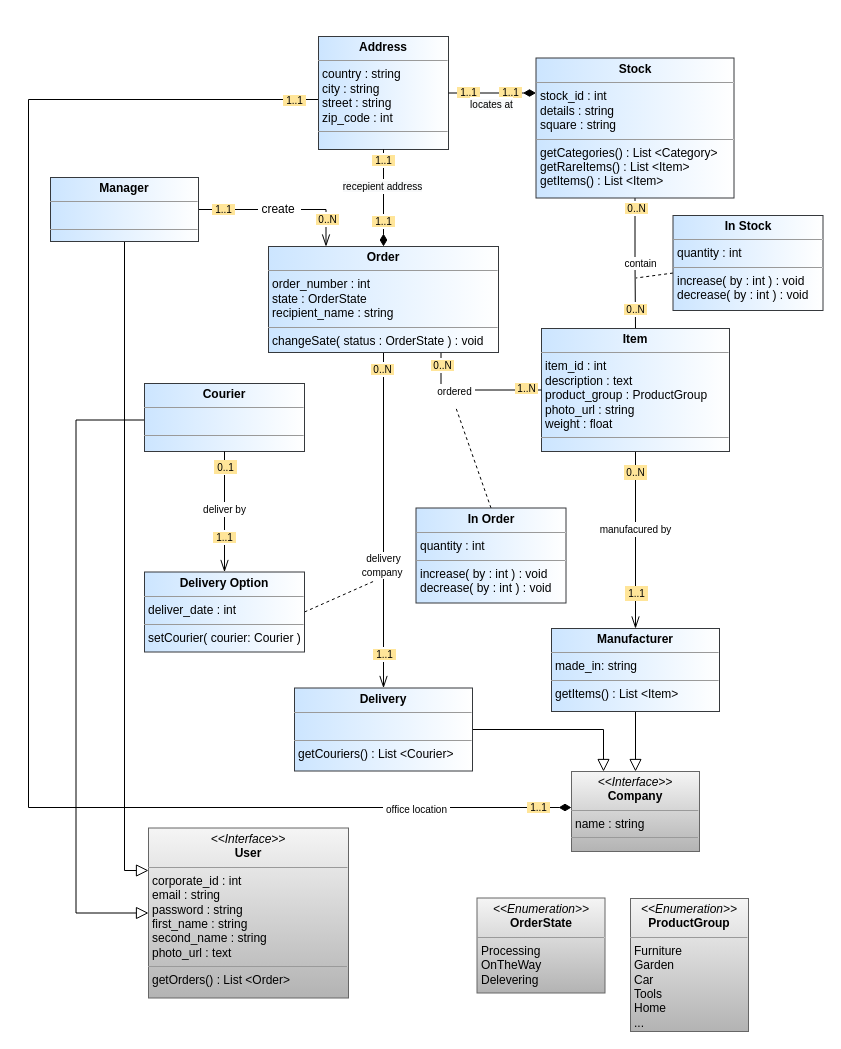
Earlier version of the draw.io diagram page "uml" (1 of 3) of docs/Inventory.drawio (doomkit/inventory). Source tidied: cells renumbered, new cells numbered last; positions are measured from the earlier drawing's top-left corner, leaving out a move shared by most shapes. Both pictures are drawn from the tidied source at 100%, with x=0, y=0 at pixel (28, 36). Pictures stored in the file or linked from it are replaced by grey dashed boxes.
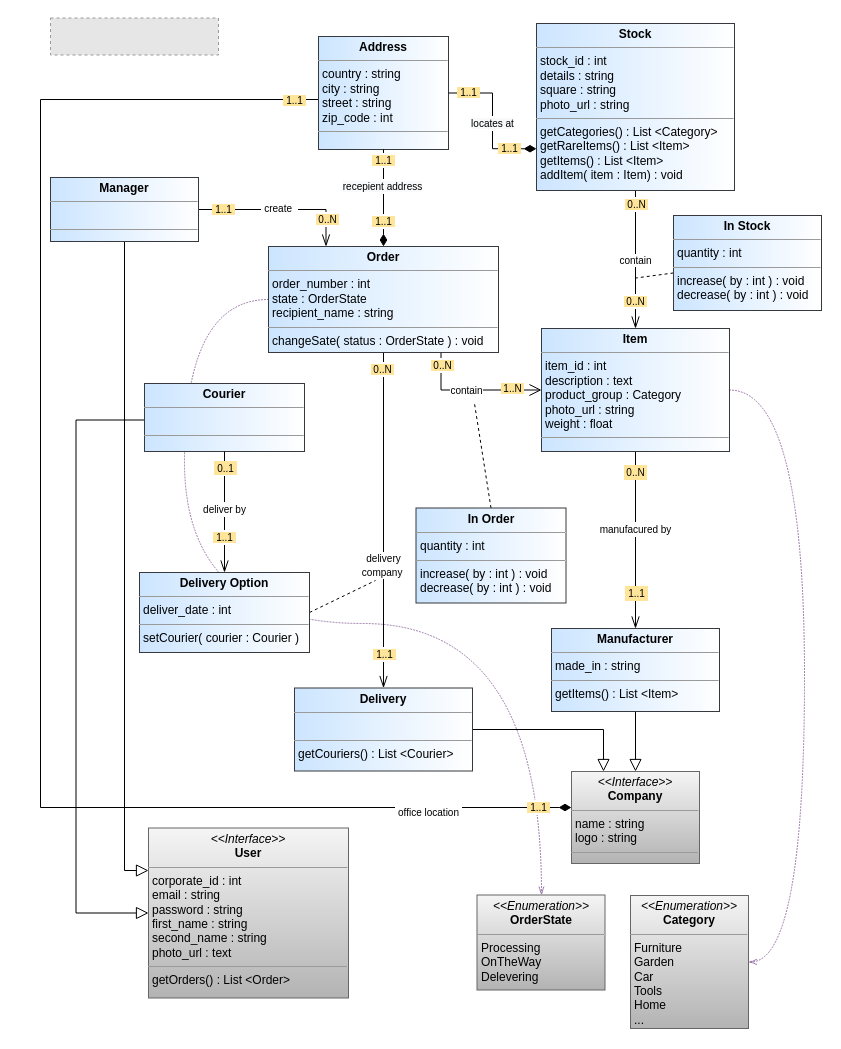
After the change.

Unchanged cells that the change refers to:
```xml
<mxCell id="4" style="edgeStyle=orthogonalEdgeStyle;rounded=0;jumpStyle=none;jumpSize=20;jettySize=auto;html=1;exitX=1;exitY=0.5;exitDx=0;exitDy=0;startSize=6;endArrow=openThin;endFill=0;endSize=10;targetPerimeterSpacing=0;strokeWidth=1;entryX=0.25;entryY=0;entryDx=0;entryDy=0;" parent="1" edge="1" source="8" target="41">
  <mxGeometry relative="1" as="geometry" />
</mxCell>
<mxCell id="14" value="&lt;p style=&quot;margin: 0px ; margin-top: 4px ; text-align: center&quot;&gt;&lt;b&gt;Address&lt;/b&gt;&lt;/p&gt;&lt;hr size=&quot;1&quot;&gt;&lt;p style=&quot;margin: 0px ; margin-left: 4px&quot;&gt;&lt;span&gt;country : string&lt;/span&gt;&lt;br&gt;&lt;/p&gt;&lt;p style=&quot;margin: 0px ; margin-left: 4px&quot;&gt;city : string&lt;/p&gt;&lt;p style=&quot;margin: 0px ; margin-left: 4px&quot;&gt;street : string&lt;/p&gt;&lt;p style=&quot;margin: 0px ; margin-left: 4px&quot;&gt;zip_code : int&lt;/p&gt;&lt;hr size=&quot;1&quot;&gt;&lt;p style=&quot;margin: 0px ; margin-left: 4px&quot;&gt;&lt;br&gt;&lt;/p&gt;" style="verticalAlign=top;align=left;overflow=fill;fontSize=12;fontFamily=Helvetica;html=1;fillColor=#cce5ff;strokeColor=#36393d;gradientColor=#ffffff;gradientDirection=east;" parent="1" vertex="1">
  <mxGeometry x="290" width="130" height="113" as="geometry" />
</mxCell>
<mxCell id="41" value="&lt;p style=&quot;margin: 0px ; margin-top: 4px ; text-align: center&quot;&gt;&lt;b&gt;Order&lt;/b&gt;&lt;/p&gt;&lt;hr size=&quot;1&quot;&gt;&lt;p style=&quot;margin: 0px ; margin-left: 4px&quot;&gt;order_number : int&lt;br&gt;&lt;/p&gt;&lt;p style=&quot;margin: 0px ; margin-left: 4px&quot;&gt;state : OrderState&lt;/p&gt;&lt;p style=&quot;margin: 0px ; margin-left: 4px&quot;&gt;recipient_name : string&lt;/p&gt;&lt;hr size=&quot;1&quot;&gt;&lt;p style=&quot;margin: 0px ; margin-left: 4px&quot;&gt;changeSate( status : OrderState ) : void&lt;/p&gt;" style="verticalAlign=top;align=left;overflow=fill;fontSize=12;fontFamily=Helvetica;html=1;strokeColor=#36393d;fillColor=#cce5ff;gradientColor=#ffffff;gradientDirection=east;" parent="1" vertex="1">
  <mxGeometry x="240" y="210" width="230" height="106" as="geometry" />
</mxCell>
<mxCell id="53" value="&lt;p style=&quot;margin: 0px ; margin-top: 4px ; text-align: center&quot;&gt;&lt;b&gt;In Order&lt;/b&gt;&lt;/p&gt;&lt;hr size=&quot;1&quot;&gt;&lt;p style=&quot;margin: 0px ; margin-left: 4px&quot;&gt;quantity : int&lt;/p&gt;&lt;hr size=&quot;1&quot;&gt;&lt;p style=&quot;margin: 0px ; margin-left: 4px&quot;&gt;increase( by : int ) : void&lt;/p&gt;&lt;p style=&quot;margin: 0px ; margin-left: 4px&quot;&gt;decrease( by : int ) : void&lt;/p&gt;" style="verticalAlign=top;align=left;overflow=fill;fontSize=12;fontFamily=Helvetica;html=1;strokeColor=#36393d;fillColor=#cce5ff;gradientColor=#ffffff;gradientDirection=east;" parent="1" vertex="1">
  <mxGeometry x="387.5" y="471.5" width="150" height="95" as="geometry" />
</mxCell>
```

Diff of the diagram source:
```diff
@@
+    <mxCell id="61" style="edgeStyle=orthogonalEdgeStyle;jettySize=auto;html=1;exitX=0;exitY=0.5;exitDx=0;exitDy=0;dashed=1;dashPattern=1 2;strokeColor=#9673a6;fillColor=#e1d5e7;curved=1;endArrow=openThin;endFill=0;targetPerimeterSpacing=0;shadow=0;comic=1;" parent="1" edge="1" source="41" target="26">
+      <mxGeometry relative="1" as="geometry">
+        <Array as="points">
+          <mxPoint x="156" y="263" />
+          <mxPoint x="156" y="587" />
+          <mxPoint x="513" y="587" />
+        </Array>
+      </mxGeometry>
+    </mxCell>
@@
-    <mxCell id="5" value="&amp;nbsp;create&amp;nbsp;&lt;span style=&quot;font-size: 10px&quot;&gt;&amp;nbsp;&lt;/span&gt;" style="text;html=1;align=center;verticalAlign=middle;labelBackgroundColor=#ffffff;" parent="4" vertex="1">
+    <mxCell id="5" value="&lt;font style=&quot;font-size: 10px&quot;&gt;&amp;nbsp;create&amp;nbsp;&amp;nbsp;&lt;/font&gt;" style="text;html=1;align=center;verticalAlign=middle;labelBackgroundColor=#ffffff;" parent="4" vertex="1">
       <mxGeometry x="-0.03" relative="1" as="geometry">
-        <mxPoint y="-1" as="offset" />
+        <mxPoint y="-2" as="offset" />
       </mxGeometry>
     </mxCell>
@@
     <mxCell id="11" style="edgeStyle=orthogonalEdgeStyle;rounded=0;jumpStyle=none;jumpSize=20;jettySize=auto;html=1;startSize=10;endArrow=none;endFill=0;endSize=10;startArrow=diamondThin;startFill=1;" parent="1" edge="1" source="13" target="14">
       <mxGeometry relative="1" as="geometry">
         <Array as="points">
-          <mxPoint y="771" />
-          <mxPoint y="63" />
+          <mxPoint x="12" y="771" />
+          <mxPoint x="12" y="63" />
         </Array>
       </mxGeometry>
     </mxCell>
@@
-    <mxCell id="13" value="&lt;p style=&quot;margin: 0px ; margin-top: 4px ; text-align: center&quot;&gt;&lt;i&gt;&amp;lt;&amp;lt;Interface&amp;gt;&amp;gt;&lt;/i&gt;&lt;br&gt;&lt;b&gt;Company&lt;/b&gt;&lt;/p&gt;&lt;hr size=&quot;1&quot;&gt;&lt;p style=&quot;margin: 0px ; margin-left: 4px&quot;&gt;name : string&lt;br&gt;&lt;/p&gt;&lt;hr size=&quot;1&quot;&gt;&lt;p style=&quot;margin: 0px ; margin-left: 4px&quot;&gt;&lt;br&gt;&lt;/p&gt;" style="verticalAlign=top;align=left;overflow=fill;fontSize=12;fontFamily=Helvetica;html=1;fillColor=#f5f5f5;strokeColor=#666666;gradientColor=#b3b3b3;" parent="1" vertex="1">
-      <mxGeometry x="543" y="735" width="128" height="80" as="geometry" />
+    <mxCell id="13" value="&lt;p style=&quot;margin: 0px ; margin-top: 4px ; text-align: center&quot;&gt;&lt;i&gt;&amp;lt;&amp;lt;Interface&amp;gt;&amp;gt;&lt;/i&gt;&lt;br&gt;&lt;b&gt;Company&lt;/b&gt;&lt;/p&gt;&lt;hr size=&quot;1&quot;&gt;&lt;p style=&quot;margin: 0px ; margin-left: 4px&quot;&gt;name : string&lt;br&gt;&lt;/p&gt;&lt;p style=&quot;margin: 0px ; margin-left: 4px&quot;&gt;logo : string&lt;/p&gt;&lt;hr size=&quot;1&quot;&gt;&lt;p style=&quot;margin: 0px ; margin-left: 4px&quot;&gt;&lt;br&gt;&lt;/p&gt;" style="verticalAlign=top;align=left;overflow=fill;fontSize=12;fontFamily=Helvetica;html=1;fillColor=#f5f5f5;strokeColor=#666666;gradientColor=#b3b3b3;" parent="1" vertex="1">
+      <mxGeometry x="543" y="735" width="128" height="92" as="geometry" />
     </mxCell>
@@
-    <mxCell id="15" value="&lt;font style=&quot;font-size: 10px&quot;&gt;contain&lt;/font&gt;" style="edgeStyle=orthogonalEdgeStyle;rounded=0;jumpStyle=none;jumpSize=20;jettySize=auto;html=1;exitX=0.5;exitY=1;exitDx=0;exitDy=0;endArrow=none;endFill=0;" parent="1" edge="1" source="19" target="24">
-      <mxGeometry y="5" relative="1" as="geometry" />
+    <mxCell id="15" value="&lt;font style=&quot;font-size: 10px&quot;&gt;contain&lt;/font&gt;" style="edgeStyle=orthogonalEdgeStyle;rounded=0;jumpStyle=none;jumpSize=20;jettySize=auto;html=1;exitX=0.5;exitY=1;exitDx=0;exitDy=0;endArrow=openThin;endFill=0;endSize=10;" parent="1" edge="1" source="19" target="24">
+      <mxGeometry x="0.01" relative="1" as="geometry" />
     </mxCell>
@@
     <mxCell id="17" value="&lt;span style=&quot;font-size: 10px ; background-color: rgb(255 , 229 , 153)&quot;&gt;&amp;nbsp;0..N&amp;nbsp;&lt;/span&gt;" style="text;html=1;align=center;verticalAlign=middle;labelBackgroundColor=#ffffff;" parent="15" vertex="1">
       <mxGeometry x="0.86" y="-1" relative="1" as="geometry">
-        <mxPoint y="-11" as="offset" />
+        <mxPoint y="-18" as="offset" />
       </mxGeometry>
     </mxCell>
-    <mxCell id="18" style="edgeStyle=orthogonalEdgeStyle;rounded=0;jumpStyle=none;jumpSize=20;jettySize=auto;html=1;startSize=10;endArrow=none;endFill=0;endSize=10;startFill=1;startArrow=diamondThin;exitX=0;exitY=0.25;exitDx=0;exitDy=0;" parent="1" edge="1" source="19" target="14">
+    <mxCell id="18" style="edgeStyle=orthogonalEdgeStyle;rounded=0;jumpStyle=none;jumpSize=20;jettySize=auto;html=1;startSize=10;endArrow=none;endFill=0;endSize=10;startFill=1;startArrow=diamondThin;exitX=0;exitY=0.75;exitDx=0;exitDy=0;" parent="1" edge="1" source="19" target="14">
       <mxGeometry relative="1" as="geometry" />
     </mxCell>
-    <mxCell id="19" value="&lt;p style=&quot;margin: 0px ; margin-top: 4px ; text-align: center&quot;&gt;&lt;b&gt;Stock&lt;/b&gt;&lt;/p&gt;&lt;hr size=&quot;1&quot;&gt;&lt;p style=&quot;margin: 0px ; margin-left: 4px&quot;&gt;stock_id : int&lt;/p&gt;&lt;p style=&quot;margin: 0px ; margin-left: 4px&quot;&gt;details : string&lt;/p&gt;&lt;p style=&quot;margin: 0px ; margin-left: 4px&quot;&gt;square : string&lt;/p&gt;&lt;hr size=&quot;1&quot;&gt;&lt;p style=&quot;margin: 0px ; margin-left: 4px&quot;&gt;getCategories() : List &amp;lt;Category&amp;gt;&lt;/p&gt;&lt;p style=&quot;margin: 0px ; margin-left: 4px&quot;&gt;getRareItems() : List &amp;lt;Item&amp;gt;&lt;/p&gt;&lt;p style=&quot;margin: 0px ; margin-left: 4px&quot;&gt;getItems() : List &amp;lt;Item&amp;gt;&lt;/p&gt;" style="verticalAlign=top;align=left;overflow=fill;fontSize=12;fontFamily=Helvetica;html=1;strokeColor=#36393d;fillColor=#cce5ff;gradientColor=#ffffff;gradientDirection=east;" parent="1" vertex="1">
-      <mxGeometry x="507.5" y="21.5" width="198" height="140" as="geometry" />
+    <mxCell id="19" value="&lt;p style=&quot;margin: 0px ; margin-top: 4px ; text-align: center&quot;&gt;&lt;b&gt;Stock&lt;/b&gt;&lt;/p&gt;&lt;hr size=&quot;1&quot;&gt;&lt;p style=&quot;margin: 0px ; margin-left: 4px&quot;&gt;stock_id : int&lt;/p&gt;&lt;p style=&quot;margin: 0px ; margin-left: 4px&quot;&gt;details : string&lt;/p&gt;&lt;p style=&quot;margin: 0px ; margin-left: 4px&quot;&gt;square : string&lt;/p&gt;&lt;p style=&quot;margin: 0px ; margin-left: 4px&quot;&gt;photo_url : string&lt;/p&gt;&lt;hr size=&quot;1&quot;&gt;&lt;p style=&quot;margin: 0px ; margin-left: 4px&quot;&gt;getCategories() : List &amp;lt;Category&amp;gt;&lt;/p&gt;&lt;p style=&quot;margin: 0px ; margin-left: 4px&quot;&gt;getRareItems() : List &amp;lt;Item&amp;gt;&lt;/p&gt;&lt;p style=&quot;margin: 0px ; margin-left: 4px&quot;&gt;getItems() : List &amp;lt;Item&amp;gt;&lt;/p&gt;&lt;p style=&quot;margin: 0px ; margin-left: 4px&quot;&gt;addItem( item : Item) : void&lt;/p&gt;" style="verticalAlign=top;align=left;overflow=fill;fontSize=12;fontFamily=Helvetica;html=1;strokeColor=#36393d;fillColor=#cce5ff;gradientColor=#ffffff;gradientDirection=east;" parent="1" vertex="1">
+      <mxGeometry x="508" y="-13" width="198" height="167" as="geometry" />
     </mxCell>
@@
+    <mxCell id="62" style="edgeStyle=orthogonalEdgeStyle;rounded=0;jettySize=auto;html=1;exitX=1;exitY=0.5;exitDx=0;exitDy=0;curved=1;entryX=1;entryY=0.5;entryDx=0;entryDy=0;dashed=1;dashPattern=1 2;fillColor=#e1d5e7;strokeColor=#9673a6;endArrow=openThin;endFill=0;comic=1;" parent="1" edge="1" source="24" target="25">
+      <mxGeometry relative="1" as="geometry">
+        <Array as="points">
+          <mxPoint x="776" y="354" />
+          <mxPoint x="776" y="926" />
+        </Array>
+      </mxGeometry>
+    </mxCell>
-    <mxCell id="24" value="&lt;p style=&quot;margin: 0px ; margin-top: 4px ; text-align: center&quot;&gt;&lt;b&gt;Item&lt;/b&gt;&lt;/p&gt;&lt;hr size=&quot;1&quot;&gt;&lt;p style=&quot;margin: 0px ; margin-left: 4px&quot;&gt;item_id : int&lt;/p&gt;&lt;p style=&quot;margin: 0px ; margin-left: 4px&quot;&gt;description : text&lt;/p&gt;&lt;p style=&quot;margin: 0px ; margin-left: 4px&quot;&gt;product_group : ProductGroup&lt;/p&gt;&lt;p style=&quot;margin: 0px ; margin-left: 4px&quot;&gt;photo_url : string&lt;/p&gt;&lt;p style=&quot;margin: 0px ; margin-left: 4px&quot;&gt;weight : float&lt;/p&gt;&lt;hr size=&quot;1&quot;&gt;&lt;p style=&quot;margin: 0px ; margin-left: 4px&quot;&gt;&lt;br&gt;&lt;/p&gt;" style="verticalAlign=top;align=left;overflow=fill;fontSize=12;fontFamily=Helvetica;html=1;strokeColor=#36393d;fillColor=#cce5ff;gradientColor=#ffffff;gradientDirection=east;" parent="1" vertex="1">
+    <mxCell id="24" value="&lt;p style=&quot;margin: 0px ; margin-top: 4px ; text-align: center&quot;&gt;&lt;b&gt;Item&lt;/b&gt;&lt;/p&gt;&lt;hr size=&quot;1&quot;&gt;&lt;p style=&quot;margin: 0px ; margin-left: 4px&quot;&gt;item_id : int&lt;/p&gt;&lt;p style=&quot;margin: 0px ; margin-left: 4px&quot;&gt;description : text&lt;/p&gt;&lt;p style=&quot;margin: 0px ; margin-left: 4px&quot;&gt;product_group : Category&lt;/p&gt;&lt;p style=&quot;margin: 0px ; margin-left: 4px&quot;&gt;photo_url : string&lt;/p&gt;&lt;p style=&quot;margin: 0px ; margin-left: 4px&quot;&gt;weight : float&lt;/p&gt;&lt;hr size=&quot;1&quot;&gt;&lt;p style=&quot;margin: 0px ; margin-left: 4px&quot;&gt;&lt;br&gt;&lt;/p&gt;" style="verticalAlign=top;align=left;overflow=fill;fontSize=12;fontFamily=Helvetica;html=1;strokeColor=#36393d;fillColor=#cce5ff;gradientColor=#ffffff;gradientDirection=east;" parent="1" vertex="1">
       <mxGeometry x="513" y="292" width="188" height="123" as="geometry" />
     </mxCell>
-    <mxCell id="25" value="&lt;p style=&quot;margin: 0px ; margin-top: 4px ; text-align: center&quot;&gt;&lt;i&gt;&amp;lt;&amp;lt;Enumeration&amp;gt;&amp;gt;&lt;/i&gt;&lt;br&gt;&lt;b&gt;ProductGroup&lt;/b&gt;&lt;/p&gt;&lt;hr size=&quot;1&quot;&gt;&lt;p style=&quot;margin: 0px ; margin-left: 4px&quot;&gt;Furniture&lt;/p&gt;&lt;p style=&quot;margin: 0px ; margin-left: 4px&quot;&gt;Garden&lt;/p&gt;&lt;p style=&quot;margin: 0px ; margin-left: 4px&quot;&gt;&lt;span&gt;Car&lt;/span&gt;&lt;/p&gt;&lt;p style=&quot;margin: 0px ; margin-left: 4px&quot;&gt;&lt;span&gt;Tools&lt;/span&gt;&lt;br&gt;&lt;/p&gt;&lt;p style=&quot;margin: 0px ; margin-left: 4px&quot;&gt;Home&lt;/p&gt;&lt;p style=&quot;margin: 0px ; margin-left: 4px&quot;&gt;...&lt;/p&gt;" style="verticalAlign=top;align=left;overflow=fill;fontSize=12;fontFamily=Helvetica;html=1;fillColor=#f5f5f5;strokeColor=#666666;gradientColor=#b3b3b3;" parent="1" vertex="1">
-      <mxGeometry x="602" y="862" width="118" height="133" as="geometry" />
+    <mxCell id="25" value="&lt;p style=&quot;margin: 0px ; margin-top: 4px ; text-align: center&quot;&gt;&lt;i&gt;&amp;lt;&amp;lt;Enumeration&amp;gt;&amp;gt;&lt;/i&gt;&lt;br&gt;&lt;b&gt;Category&lt;/b&gt;&lt;/p&gt;&lt;hr size=&quot;1&quot;&gt;&lt;p style=&quot;margin: 0px ; margin-left: 4px&quot;&gt;Furniture&lt;/p&gt;&lt;p style=&quot;margin: 0px ; margin-left: 4px&quot;&gt;Garden&lt;/p&gt;&lt;p style=&quot;margin: 0px ; margin-left: 4px&quot;&gt;&lt;span&gt;Car&lt;/span&gt;&lt;/p&gt;&lt;p style=&quot;margin: 0px ; margin-left: 4px&quot;&gt;&lt;span&gt;Tools&lt;/span&gt;&lt;br&gt;&lt;/p&gt;&lt;p style=&quot;margin: 0px ; margin-left: 4px&quot;&gt;Home&lt;/p&gt;&lt;p style=&quot;margin: 0px ; margin-left: 4px&quot;&gt;...&lt;/p&gt;" style="verticalAlign=top;align=left;overflow=fill;fontSize=12;fontFamily=Helvetica;html=1;fillColor=#f5f5f5;strokeColor=#666666;gradientColor=#b3b3b3;" parent="1" vertex="1">
+      <mxGeometry x="602" y="859" width="118" height="133" as="geometry" />
     </mxCell>
     <mxCell id="26" value="&lt;p style=&quot;margin: 0px ; margin-top: 4px ; text-align: center&quot;&gt;&lt;i&gt;&amp;lt;&amp;lt;Enumeration&amp;gt;&amp;gt;&lt;/i&gt;&lt;br&gt;&lt;b&gt;OrderState&lt;/b&gt;&lt;/p&gt;&lt;hr size=&quot;1&quot;&gt;&lt;p style=&quot;margin: 0px ; margin-left: 4px&quot;&gt;Processing&lt;/p&gt;&lt;p style=&quot;margin: 0px ; margin-left: 4px&quot;&gt;OnTheWay&lt;/p&gt;&lt;p style=&quot;margin: 0px ; margin-left: 4px&quot;&gt;Delevering&lt;/p&gt;" style="verticalAlign=top;align=left;overflow=fill;fontSize=12;fontFamily=Helvetica;html=1;fillColor=#f5f5f5;strokeColor=#666666;gradientColor=#b3b3b3;" parent="1" vertex="1">
-      <mxGeometry x="448.5" y="861.5" width="128" height="95" as="geometry" />
+      <mxGeometry x="448.5" y="858.5" width="128" height="95" as="geometry" />
     </mxCell>
@@
     <mxCell id="28" value="&lt;p style=&quot;margin: 0px ; margin-top: 4px ; text-align: center&quot;&gt;&lt;b&gt;In Stock&lt;/b&gt;&lt;/p&gt;&lt;hr size=&quot;1&quot;&gt;&lt;p style=&quot;margin: 0px ; margin-left: 4px&quot;&gt;quantity : int&lt;/p&gt;&lt;hr size=&quot;1&quot;&gt;&lt;p style=&quot;margin: 0px ; margin-left: 4px&quot;&gt;increase( by : int ) : void&lt;/p&gt;&lt;p style=&quot;margin: 0px ; margin-left: 4px&quot;&gt;decrease( by : int ) : void&lt;/p&gt;" style="verticalAlign=top;align=left;overflow=fill;fontSize=12;fontFamily=Helvetica;html=1;strokeColor=#36393d;fillColor=#cce5ff;gradientColor=#ffffff;gradientDirection=east;" parent="1" vertex="1">
-      <mxGeometry x="644.5" y="179" width="150" height="95" as="geometry" />
+      <mxGeometry x="645" y="179" width="148" height="95" as="geometry" />
     </mxCell>
@@
-    <mxCell id="37" style="edgeStyle=orthogonalEdgeStyle;rounded=0;jumpStyle=none;jumpSize=20;jettySize=auto;html=1;exitX=0.75;exitY=1;exitDx=0;exitDy=0;entryX=0;entryY=0.5;entryDx=0;entryDy=0;startArrow=none;startFill=0;startSize=10;sourcePerimeterSpacing=0;endArrow=none;endFill=0;endSize=10;targetPerimeterSpacing=0;strokeColor=#000000;strokeWidth=1;" parent="1" edge="1" source="41" target="24">
+    <mxCell id="37" style="edgeStyle=orthogonalEdgeStyle;rounded=0;jumpStyle=none;jumpSize=20;jettySize=auto;html=1;exitX=0.75;exitY=1;exitDx=0;exitDy=0;entryX=0;entryY=0.5;entryDx=0;entryDy=0;startArrow=none;startFill=0;startSize=10;sourcePerimeterSpacing=0;endArrow=open;endFill=0;endSize=10;targetPerimeterSpacing=0;strokeColor=#000000;strokeWidth=1;" parent="1" edge="1" source="41" target="24">
       <mxGeometry relative="1" as="geometry" />
     </mxCell>
@@
     <mxCell id="39" value="&lt;font style=&quot;font-size: 10px ; background-color: rgb(255 , 229 , 153)&quot;&gt;&amp;nbsp;1..N&amp;nbsp;&lt;/font&gt;" style="text;html=1;align=center;verticalAlign=middle;labelBackgroundColor=#ffffff;" parent="37" vertex="1">
       <mxGeometry x="0.91" y="-1" relative="1" as="geometry">
-        <mxPoint x="-10" y="-3" as="offset" />
+        <mxPoint x="-24" y="-3" as="offset" />
       </mxGeometry>
     </mxCell>
-    <mxCell id="40" value="&lt;font style=&quot;font-size: 10px&quot;&gt;&amp;nbsp;ordered&amp;nbsp;&lt;/font&gt;" style="text;html=1;align=center;verticalAlign=middle;labelBackgroundColor=#ffffff;" parent="37" vertex="1">
-      <mxGeometry x="-0.28" y="-1" relative="1" as="geometry" />
+    <mxCell id="40" value="&lt;font style=&quot;font-size: 10px&quot;&gt;contain&lt;/font&gt;" style="text;html=1;align=center;verticalAlign=middle;labelBackgroundColor=#ffffff;" parent="37" vertex="1">
+      <mxGeometry x="-0.28" y="-1" relative="1" as="geometry">
+        <mxPoint x="12" y="-1.5" as="offset" />
+      </mxGeometry>
     </mxCell>
@@
-    <mxCell id="43" value="&lt;p style=&quot;margin: 0px ; margin-top: 4px ; text-align: center&quot;&gt;&lt;b&gt;Manufacturer&lt;/b&gt;&lt;/p&gt;&lt;hr size=&quot;1&quot;&gt;&lt;p style=&quot;margin: 0px ; margin-left: 4px&quot;&gt;made_in: string&lt;/p&gt;&lt;hr size=&quot;1&quot;&gt;&lt;p style=&quot;margin: 0px ; margin-left: 4px&quot;&gt;getItems() : List &amp;lt;Item&amp;gt;&lt;/p&gt;" style="verticalAlign=top;align=left;overflow=fill;fontSize=12;fontFamily=Helvetica;html=1;strokeColor=#36393d;fillColor=#cce5ff;gradientColor=#ffffff;gradientDirection=east;" parent="1" vertex="1">
+    <mxCell id="43" value="&lt;p style=&quot;margin: 0px ; margin-top: 4px ; text-align: center&quot;&gt;&lt;b&gt;Manufacturer&lt;/b&gt;&lt;/p&gt;&lt;hr size=&quot;1&quot;&gt;&lt;p style=&quot;margin: 0px ; margin-left: 4px&quot;&gt;made_in : string&lt;/p&gt;&lt;hr size=&quot;1&quot;&gt;&lt;p style=&quot;margin: 0px ; margin-left: 4px&quot;&gt;getItems() : List &amp;lt;Item&amp;gt;&lt;/p&gt;" style="verticalAlign=top;align=left;overflow=fill;fontSize=12;fontFamily=Helvetica;html=1;strokeColor=#36393d;fillColor=#cce5ff;gradientColor=#ffffff;gradientDirection=east;" parent="1" vertex="1">
       <mxGeometry x="523" y="592" width="168" height="83" as="geometry" />
     </mxCell>
@@
-    <mxCell id="51" value="&lt;p style=&quot;margin: 0px ; margin-top: 4px ; text-align: center&quot;&gt;&lt;b&gt;Delivery Option&lt;/b&gt;&lt;/p&gt;&lt;hr size=&quot;1&quot;&gt;&lt;p style=&quot;margin: 0px ; margin-left: 4px&quot;&gt;deliver_date : int&lt;br&gt;&lt;/p&gt;&lt;hr size=&quot;1&quot;&gt;&lt;p style=&quot;margin: 0px ; margin-left: 4px&quot;&gt;setCourier( courier: Courier )&lt;/p&gt;" style="verticalAlign=top;align=left;overflow=fill;fontSize=12;fontFamily=Helvetica;html=1;strokeColor=#36393d;fillColor=#cce5ff;gradientColor=#ffffff;gradientDirection=east;" parent="1" vertex="1">
-      <mxGeometry x="116" y="535.5" width="160" height="80" as="geometry" />
+    <mxCell id="51" value="&lt;p style=&quot;margin: 0px ; margin-top: 4px ; text-align: center&quot;&gt;&lt;b&gt;Delivery Option&lt;/b&gt;&lt;/p&gt;&lt;hr size=&quot;1&quot;&gt;&lt;p style=&quot;margin: 0px ; margin-left: 4px&quot;&gt;deliver_date : int&lt;br&gt;&lt;/p&gt;&lt;hr size=&quot;1&quot;&gt;&lt;p style=&quot;margin: 0px ; margin-left: 4px&quot;&gt;setCourier( courier : Courier )&lt;/p&gt;" style="verticalAlign=top;align=left;overflow=fill;fontSize=12;fontFamily=Helvetica;html=1;strokeColor=#36393d;fillColor=#cce5ff;gradientColor=#ffffff;gradientDirection=east;" parent="1" vertex="1">
+      <mxGeometry x="111" y="536" width="170" height="80" as="geometry" />
     </mxCell>
     <mxCell id="52" style="rounded=0;jumpStyle=none;jumpSize=20;jettySize=auto;html=1;exitX=0.5;exitY=0;exitDx=0;exitDy=0;startArrow=none;startFill=0;startSize=10;sourcePerimeterSpacing=0;endArrow=none;endFill=0;endSize=10;targetPerimeterSpacing=0;strokeColor=#000000;strokeWidth=1;dashed=1;" parent="1" edge="1" source="53">
       <mxGeometry relative="1" as="geometry">
-        <mxPoint x="427.5" y="371.5" as="targetPoint" />
+        <mxPoint x="446" y="367" as="targetPoint" />
       </mxGeometry>
     </mxCell>
@@
     <mxCell id="59" value="&lt;span style=&quot;font-size: 10px ; background-color: rgb(255 , 229 , 153)&quot;&gt;&amp;nbsp;1..1&amp;nbsp;&lt;/span&gt;" style="text;html=1;align=center;verticalAlign=middle;labelBackgroundColor=#ffffff;" parent="1" vertex="1">
-      <mxGeometry x="482" y="41" as="geometry">
+      <mxGeometry x="481" y="97" as="geometry">
         <mxPoint x="-1" y="14" as="offset" />
       </mxGeometry>
     </mxCell>
     <mxCell id="60" value="&lt;span style=&quot;font-size: 10px ; background-color: rgb(248 , 249 , 250)&quot;&gt;locates at&lt;/span&gt;" style="text;html=1;align=center;verticalAlign=middle;labelBackgroundColor=#ffffff;" parent="1" vertex="1">
-      <mxGeometry x="462.5" y="67.8" as="geometry" />
+      <mxGeometry x="464" y="78.8" as="geometry">
+        <mxPoint x="-1" y="8" as="offset" />
+      </mxGeometry>
     </mxCell>
+    <mxCell id="63" style="fillColor=#E6E6E6;strokeColor=#999999;dashed=1;verticalLabelPosition=bottom;labelBackgroundColor=#ffffff;verticalAlign=top;" parent="1" vertex="1">
+      <mxGeometry x="22" y="-18.5" width="168" height="37" as="geometry" />
+    </mxCell>
```
